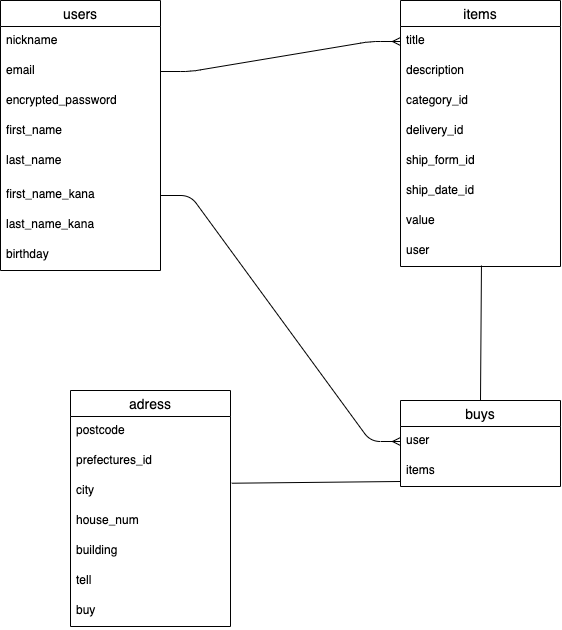
inayou513/furima-31019 keeps this draw.io diagram as ER.drawio.png. Above is the earlier version. Source tidied: cells renumbered, new cells last; positions are measured from the earlier drawing's top-left corner, leaving out a move shared by most shapes.
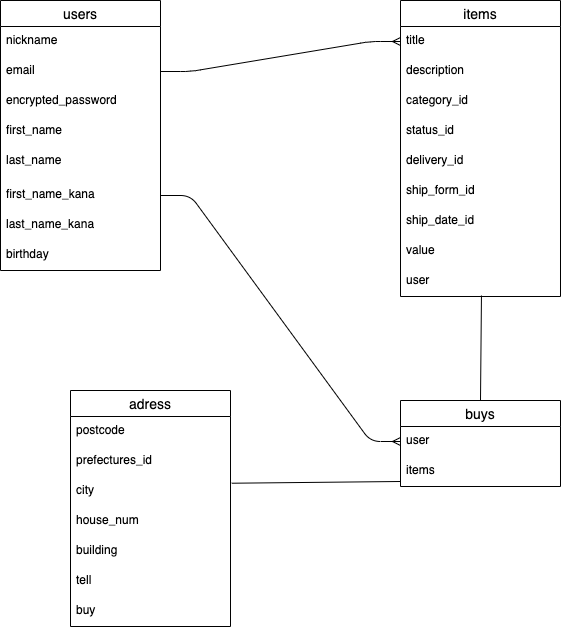
After the change.

Diff of the diagram source:
```diff
@@ -6,7 +6,7 @@
       <mxGeometry relative="1" as="geometry" />
     </mxCell>
     <mxCell id="3" value="items" style="swimlane;fontStyle=0;horizontal=1;startSize=26;align=center;fontSize=14;" parent="1" vertex="1">
-      <mxGeometry x="400" width="160" height="266" as="geometry" />
+      <mxGeometry x="400" width="160" height="296" as="geometry" />
     </mxCell>
     <mxCell id="4" value="title" style="text;strokeColor=none;fillColor=none;spacingLeft=4;spacingRight=4;overflow=hidden;points=[[0,0.5],[1,0.5]];portConstraint=eastwest;fontSize=12;" parent="3" vertex="1">
       <mxGeometry y="26" width="160" height="30" as="geometry" />
@@ -17,20 +17,23 @@
     <mxCell id="6" value="category_id" style="text;strokeColor=none;fillColor=none;spacingLeft=4;spacingRight=4;overflow=hidden;fontSize=12;" parent="3" vertex="1">
       <mxGeometry y="86" width="160" height="30" as="geometry" />
     </mxCell>
+    <mxCell id="35" value="status_id" style="text;strokeColor=none;fillColor=none;spacingLeft=4;spacingRight=4;overflow=hidden;fontSize=12;" parent="3" vertex="1">
+      <mxGeometry y="116" width="160" height="30" as="geometry" />
+    </mxCell>
     <mxCell id="7" value="delivery_id" style="text;strokeColor=none;fillColor=none;spacingLeft=4;spacingRight=4;overflow=hidden;fontSize=12;" parent="3" vertex="1">
-      <mxGeometry y="116" width="160" height="30" as="geometry" />
+      <mxGeometry y="146" width="160" height="30" as="geometry" />
     </mxCell>
     <mxCell id="8" value="ship_form_id" style="text;strokeColor=none;fillColor=none;spacingLeft=4;spacingRight=4;overflow=hidden;fontSize=12;" parent="3" vertex="1">
-      <mxGeometry y="146" width="160" height="30" as="geometry" />
+      <mxGeometry y="176" width="160" height="30" as="geometry" />
     </mxCell>
     <mxCell id="9" value="ship_date_id" style="text;strokeColor=none;fillColor=none;spacingLeft=4;spacingRight=4;overflow=hidden;fontSize=12;" parent="3" vertex="1">
-      <mxGeometry y="176" width="160" height="30" as="geometry" />
+      <mxGeometry y="206" width="160" height="30" as="geometry" />
     </mxCell>
     <mxCell id="10" value="value" style="text;strokeColor=none;fillColor=none;spacingLeft=4;spacingRight=4;overflow=hidden;fontSize=12;" parent="3" vertex="1">
-      <mxGeometry y="206" width="160" height="30" as="geometry" />
+      <mxGeometry y="236" width="160" height="30" as="geometry" />
     </mxCell>
     <mxCell id="11" value="user" style="text;strokeColor=none;fillColor=none;spacingLeft=4;spacingRight=4;overflow=hidden;points=[[0,0.5],[1,0.5]];portConstraint=eastwest;fontSize=12;" parent="3" vertex="1">
-      <mxGeometry y="236" width="160" height="30" as="geometry" />
+      <mxGeometry y="266" width="160" height="30" as="geometry" />
     </mxCell>
     <mxCell id="12" value="users" style="swimlane;fontStyle=0;horizontal=1;startSize=26;align=center;fontSize=14;" parent="1" vertex="1">
       <mxGeometry width="160" height="270" as="geometry" />
```
